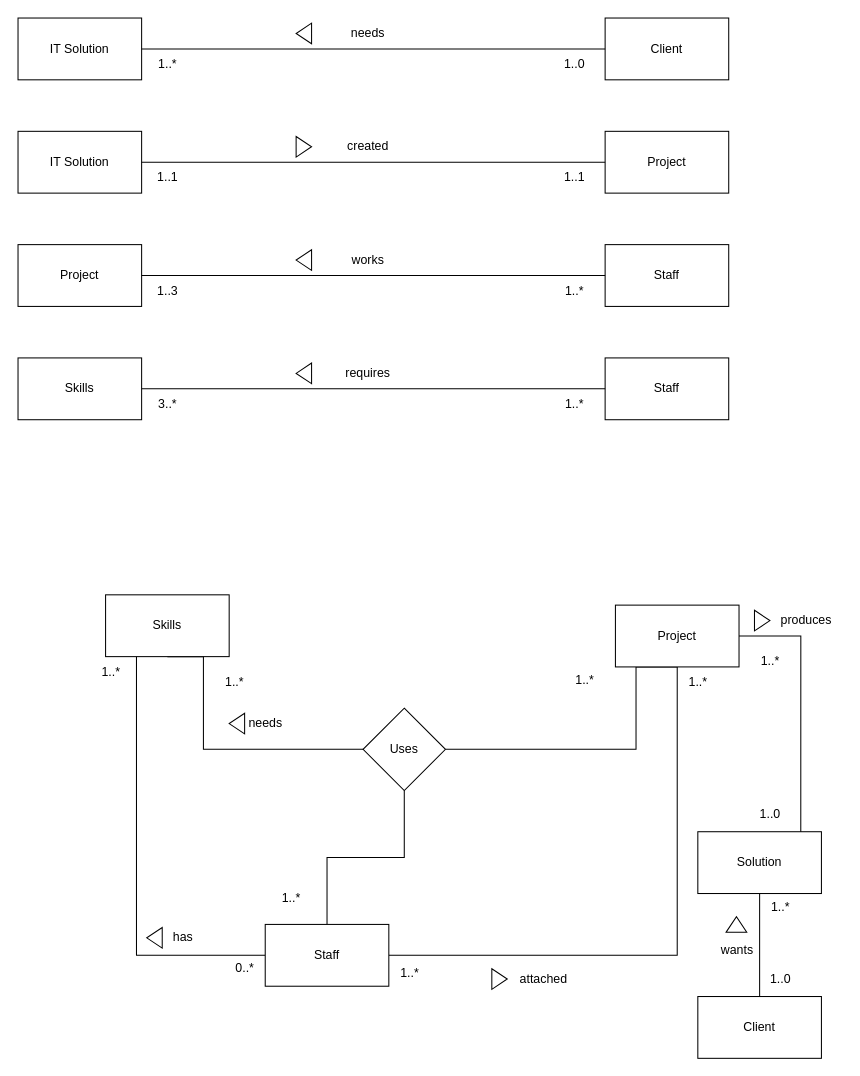
Before: tutorial-week02-tut.drawio in Rumeasiyan/database-systems-IIT-Sri-Lanka, a draw.io diagram. Source tidied: cells renumbered, new cells numbered last; positions are measured from the earlier drawing's top-left corner, leaving out a move shared by most shapes. Both pictures are drawn from the tidied source at 103%, with x=0, y=0 at pixel (18, 18).
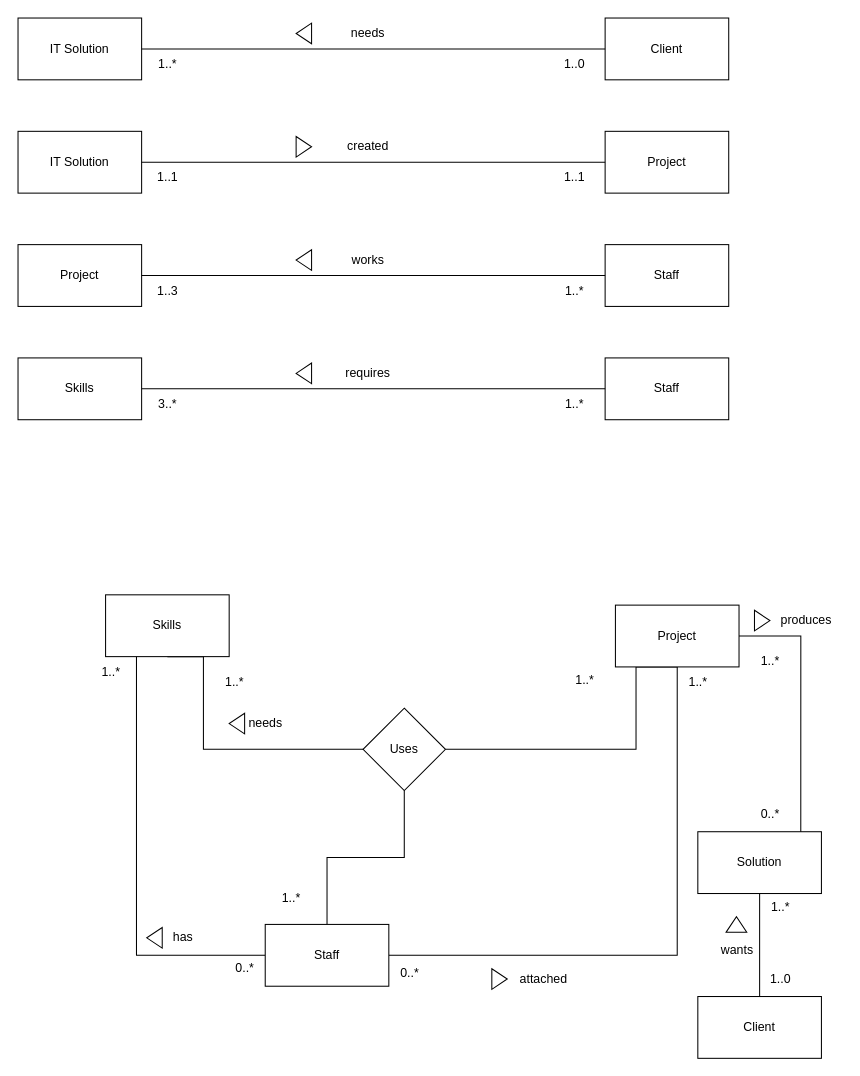
Above is the later version.

What changed in the source:
```diff
@@
-    <mxCell id="46" value="1..0" style="text;html=1;align=center;verticalAlign=middle;strokeColor=none;fillColor=none;" parent="1" vertex="1">
+    <mxCell id="46" value="0..*" style="text;html=1;align=center;verticalAlign=middle;strokeColor=none;fillColor=none;" parent="1" vertex="1">
       <mxGeometry x="710" y="758" width="40" height="30" as="geometry" />
     </mxCell>
@@
-    <mxCell id="56" value="1..*" style="text;html=1;align=center;verticalAlign=middle;strokeColor=none;fillColor=none;" parent="1" vertex="1">
+    <mxCell id="56" value="0..*" style="text;html=1;align=center;verticalAlign=middle;strokeColor=none;fillColor=none;" parent="1" vertex="1">
       <mxGeometry x="360" y="913" width="40" height="30" as="geometry" />
     </mxCell>
```
